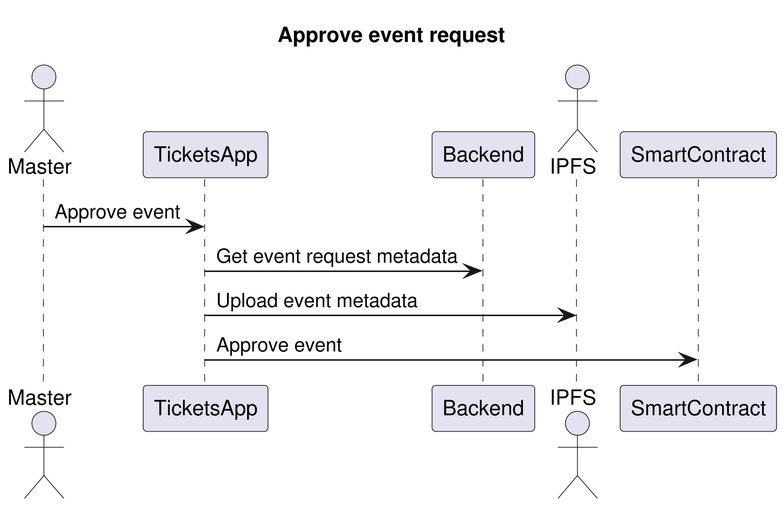
Earlier version of the PlantUML export img/approve-event-request.png (ai-shift/cyber-valley-tickets).
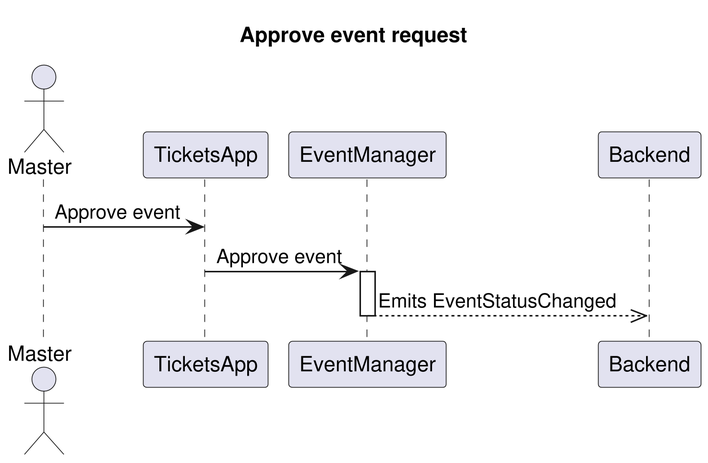
Later version of the same file.

Change to the diagram source:
```diff
@@ -4,12 +4,12 @@
 
 actor Master
 participant TicketsApp
+participant EventManager
 participant Backend
-actor IPFS
-participant SmartContract
 
 Master -> TicketsApp: Approve event
-TicketsApp -> Backend: Get event request metadata
-TicketsApp -> IPFS: Upload event metadata
-TicketsApp -> SmartContract: Approve event
+TicketsApp -> EventManager: Approve event
+activate EventManager
+EventManager -->> Backend: Emits EventStatusChanged
+deactivate EventManager
 @enduml
```
